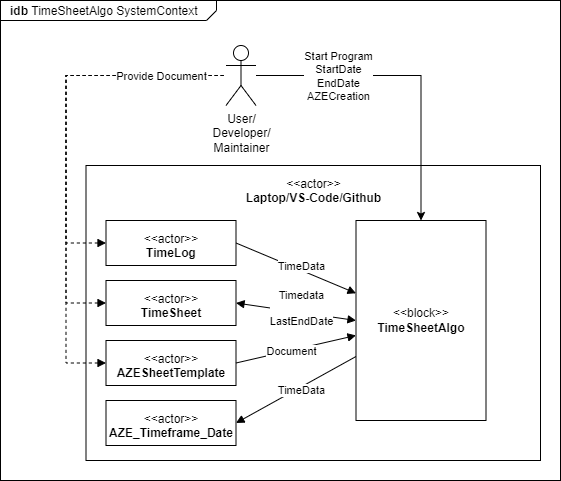
The draw.io diagram 00_doc/Architecture_Models-01_Analysis_ibd.drawio.png in DedeHa/TimeSheet, before a commit. Source tidied: cells renumbered, new cells last; positions are measured from the earlier drawing's top-left corner, leaving out a move shared by most shapes. Its diagram source:
```xml
<mxGraphModel>
  <root>
    <mxCell id="0" />
    <mxCell id="1" parent="0" />
    <mxCell id="2" value="&lt;p style=&quot;margin: 0px ; margin-top: 4px ; margin-left: 10px ; text-align: left&quot;&gt;&lt;b&gt;idb&lt;/b&gt;   TimeSheetAlgo SystemContext&lt;/p&gt;" style="html=1;strokeWidth=1;shape=mxgraph.sysml.package;html=1;overflow=fill;whiteSpace=wrap;labelX=216;" parent="1" vertex="1">
      <mxGeometry width="560" height="480" as="geometry" />
    </mxCell>
    <mxCell id="3" value="User/&lt;br&gt;Developer/&lt;br&gt;Maintainer" style="shape=umlActor;html=1;verticalLabelPosition=bottom;verticalAlign=top;align=center;" parent="1" vertex="1">
      <mxGeometry x="225.5" y="45" width="30" height="60" as="geometry" />
    </mxCell>
    <mxCell id="4" value="&lt;p&gt;&amp;lt;&amp;lt;actor&amp;gt;&amp;gt;&lt;br&gt;&lt;b&gt;Laptop/VS-Code/Github&lt;/b&gt;&lt;/p&gt;" style="shape=rect;html=1;overflow=fill;whiteSpace=wrap;align=center;" parent="1" vertex="1">
      <mxGeometry x="85.5" y="165" width="454.5" height="295" as="geometry" />
    </mxCell>
    <mxCell id="5" value="&lt;p&gt;&amp;lt;&amp;lt;actor&amp;gt;&amp;gt;&lt;br&gt;&lt;b&gt;TimeSheet&lt;/b&gt;&lt;/p&gt;" style="shape=rect;html=1;overflow=fill;whiteSpace=wrap;align=center;" parent="1" vertex="1">
      <mxGeometry x="105.5" y="280" width="130" height="45" as="geometry" />
    </mxCell>
    <mxCell id="6" value="&lt;p&gt;&amp;lt;&amp;lt;actor&amp;gt;&amp;gt;&lt;br&gt;&lt;b&gt;AZESheetTemplate&lt;/b&gt;&lt;/p&gt;" style="shape=rect;html=1;overflow=fill;whiteSpace=wrap;align=center;" parent="1" vertex="1">
      <mxGeometry x="105.5" y="340" width="130" height="45" as="geometry" />
    </mxCell>
    <mxCell id="7" style="edgeStyle=none;rounded=0;jettySize=auto;html=1;endArrow=none;endFill=0;startArrow=block;startFill=1;entryX=1;entryY=0.5;entryDx=0;entryDy=0;" parent="1" edge="1" source="9" target="6">
      <mxGeometry relative="1" as="geometry" />
    </mxCell>
    <mxCell id="8" value="Document" style="edgeLabel;html=1;align=center;verticalAlign=middle;" parent="7" vertex="1">
      <mxGeometry x="0.19" relative="1" as="geometry">
        <mxPoint x="6" y="-1" as="offset" />
      </mxGeometry>
    </mxCell>
    <mxCell id="9" value="&lt;span style=&quot;font-weight: normal&quot;&gt;&amp;lt;&amp;lt;block&amp;gt;&amp;gt;&lt;/span&gt;&lt;br&gt;TimeSheetAlgo" style="strokeColor=inherit;fillColor=inherit;gradientColor=inherit;shape=rect;fontStyle=1;html=1;whiteSpace=wrap;align=center;" parent="1" vertex="1">
      <mxGeometry x="355.5" y="220" width="130" height="200" as="geometry" />
    </mxCell>
    <mxCell id="10" style="edgeStyle=none;rounded=0;jettySize=auto;html=1;endArrow=block;endFill=1;startArrow=block;startFill=1;exitX=1;exitY=0.5;exitDx=0;exitDy=0;entryX=0;entryY=0.5;entryDx=0;entryDy=0;" parent="1" edge="1" source="5" target="9">
      <mxGeometry relative="1" as="geometry" />
    </mxCell>
    <mxCell id="11" value="Timedata&lt;br&gt;&lt;br&gt;LastEndDate" style="edgeLabel;html=1;align=center;verticalAlign=middle;" parent="10" vertex="1">
      <mxGeometry x="-0.3" y="1" relative="1" as="geometry">
        <mxPoint x="23" as="offset" />
      </mxGeometry>
    </mxCell>
    <mxCell id="12" style="edgeStyle=none;rounded=0;jettySize=auto;html=1;endArrow=none;endFill=0;startArrow=block;startFill=1;entryX=1;entryY=0.5;entryDx=0;entryDy=0;" parent="1" edge="1" source="9" target="14">
      <mxGeometry relative="1" as="geometry" />
    </mxCell>
    <mxCell id="13" value="TimeData&lt;br&gt;" style="edgeLabel;html=1;align=center;verticalAlign=middle;" parent="12" vertex="1">
      <mxGeometry x="0.24" y="2" relative="1" as="geometry">
        <mxPoint x="20" y="2" as="offset" />
      </mxGeometry>
    </mxCell>
    <mxCell id="14" value="&lt;p&gt;&amp;lt;&amp;lt;actor&amp;gt;&amp;gt;&lt;br&gt;&lt;b&gt;TimeLog&lt;/b&gt;&lt;/p&gt;" style="shape=rect;html=1;overflow=fill;whiteSpace=wrap;align=center;" parent="1" vertex="1">
      <mxGeometry x="105.5" y="220" width="130" height="45" as="geometry" />
    </mxCell>
    <mxCell id="15" style="edgeStyle=elbowEdgeStyle;rounded=0;jettySize=auto;html=1;endArrow=none;endFill=0;startArrow=block;startFill=1;exitX=0;exitY=0.5;exitDx=0;exitDy=0;dashed=1;" parent="1" edge="1" source="14" target="3">
      <mxGeometry relative="1" as="geometry">
        <Array as="points">
          <mxPoint x="65.5" y="135" />
        </Array>
      </mxGeometry>
    </mxCell>
    <mxCell id="16" style="edgeStyle=elbowEdgeStyle;rounded=0;jettySize=auto;html=1;endArrow=none;endFill=0;startArrow=block;startFill=1;dashed=1;" parent="1" edge="1" source="5" target="3">
      <mxGeometry relative="1" as="geometry">
        <Array as="points">
          <mxPoint x="65.5" y="175" />
        </Array>
      </mxGeometry>
    </mxCell>
    <mxCell id="17" style="edgeStyle=elbowEdgeStyle;rounded=0;jettySize=auto;html=1;endArrow=none;endFill=0;startArrow=block;startFill=1;exitX=0;exitY=0.5;exitDx=0;exitDy=0;dashed=1;" parent="1" edge="1" source="6" target="3">
      <mxGeometry relative="1" as="geometry">
        <Array as="points">
          <mxPoint x="65.5" y="215" />
        </Array>
      </mxGeometry>
    </mxCell>
    <mxCell id="18" value="Provide Document" style="edgeLabel;html=1;align=center;verticalAlign=middle;" parent="17" vertex="1">
      <mxGeometry x="0.3" y="1" relative="1" as="geometry">
        <mxPoint x="96" y="-11" as="offset" />
      </mxGeometry>
    </mxCell>
    <mxCell id="19" style="edgeStyle=orthogonalEdgeStyle;rounded=0;jettySize=auto;html=1;exitX=0.5;exitY=0;exitDx=0;exitDy=0;endArrow=none;endFill=0;startArrow=classic;startFill=1;" parent="1" edge="1" source="9" target="3">
      <mxGeometry relative="1" as="geometry">
        <Array as="points">
          <mxPoint x="420.5" y="75" />
        </Array>
      </mxGeometry>
    </mxCell>
    <mxCell id="20" value="Start Program&lt;br&gt;StartDate&lt;br&gt;EndDate&lt;br&gt;AZECreation" style="edgeLabel;html=1;align=center;verticalAlign=middle;" parent="19" vertex="1">
      <mxGeometry x="0.05" y="45" relative="1" as="geometry">
        <mxPoint x="-65" y="-45" as="offset" />
      </mxGeometry>
    </mxCell>
    <mxCell id="21" value="&lt;p&gt;&amp;lt;&amp;lt;actor&amp;gt;&amp;gt;&lt;br&gt;&lt;b&gt;AZE_Timeframe_Date&lt;/b&gt;&lt;/p&gt;" style="shape=rect;html=1;overflow=fill;whiteSpace=wrap;align=center;" parent="1" vertex="1">
      <mxGeometry x="105.5" y="400" width="130" height="45" as="geometry" />
    </mxCell>
    <mxCell id="22" style="edgeStyle=none;rounded=0;jettySize=auto;html=1;endArrow=none;endFill=0;startArrow=block;startFill=1;exitX=1;exitY=0.5;exitDx=0;exitDy=0;" parent="1" edge="1" source="21" target="9">
      <mxGeometry relative="1" as="geometry" />
    </mxCell>
    <mxCell id="23" value="TimeData" style="edgeLabel;html=1;align=center;verticalAlign=middle;" parent="22" vertex="1">
      <mxGeometry x="0.19" relative="1" as="geometry">
        <mxPoint x="-7" y="7" as="offset" />
      </mxGeometry>
    </mxCell>
  </root>
</mxGraphModel>
```
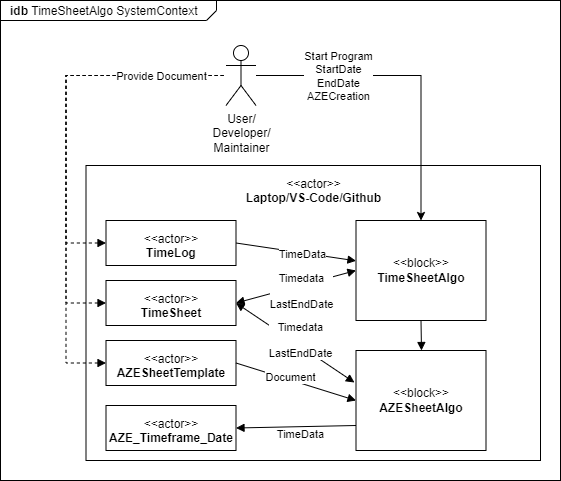
Later version of the same file.

Commit message:
HOME-82 INF_D|IBD Update

Diff of the diagram source:
```diff
@@ -17,7 +17,7 @@
     <mxCell id="6" value="&lt;p&gt;&amp;lt;&amp;lt;actor&amp;gt;&amp;gt;&lt;br&gt;&lt;b&gt;AZESheetTemplate&lt;/b&gt;&lt;/p&gt;" style="shape=rect;html=1;overflow=fill;whiteSpace=wrap;align=center;" parent="1" vertex="1">
       <mxGeometry x="105.5" y="340" width="130" height="45" as="geometry" />
     </mxCell>
-    <mxCell id="7" style="edgeStyle=none;rounded=0;jettySize=auto;html=1;endArrow=none;endFill=0;startArrow=block;startFill=1;entryX=1;entryY=0.5;entryDx=0;entryDy=0;" parent="1" edge="1" source="9" target="6">
+    <mxCell id="7" style="edgeStyle=none;rounded=0;jettySize=auto;html=1;endArrow=none;endFill=0;startArrow=block;startFill=1;entryX=1;entryY=0.5;entryDx=0;entryDy=0;exitX=0;exitY=0.5;exitDx=0;exitDy=0;" parent="1" edge="1" source="24" target="6">
       <mxGeometry relative="1" as="geometry" />
     </mxCell>
     <mxCell id="8" value="Document" style="edgeLabel;html=1;align=center;verticalAlign=middle;" parent="7" vertex="1">
@@ -26,7 +26,7 @@
       </mxGeometry>
     </mxCell>
     <mxCell id="9" value="&lt;span style=&quot;font-weight: normal&quot;&gt;&amp;lt;&amp;lt;block&amp;gt;&amp;gt;&lt;/span&gt;&lt;br&gt;TimeSheetAlgo" style="strokeColor=inherit;fillColor=inherit;gradientColor=inherit;shape=rect;fontStyle=1;html=1;whiteSpace=wrap;align=center;" parent="1" vertex="1">
-      <mxGeometry x="355.5" y="220" width="130" height="200" as="geometry" />
+      <mxGeometry x="355.5" y="220" width="130" height="100" as="geometry" />
     </mxCell>
     <mxCell id="10" style="edgeStyle=none;rounded=0;jettySize=auto;html=1;endArrow=block;endFill=1;startArrow=block;startFill=1;exitX=1;exitY=0.5;exitDx=0;exitDy=0;entryX=0;entryY=0.5;entryDx=0;entryDy=0;" parent="1" edge="1" source="5" target="9">
       <mxGeometry relative="1" as="geometry" />
@@ -86,9 +86,9 @@
       </mxGeometry>
     </mxCell>
     <mxCell id="21" value="&lt;p&gt;&amp;lt;&amp;lt;actor&amp;gt;&amp;gt;&lt;br&gt;&lt;b&gt;AZE_Timeframe_Date&lt;/b&gt;&lt;/p&gt;" style="shape=rect;html=1;overflow=fill;whiteSpace=wrap;align=center;" parent="1" vertex="1">
-      <mxGeometry x="105.5" y="400" width="130" height="45" as="geometry" />
+      <mxGeometry x="105.5" y="405" width="130" height="45" as="geometry" />
     </mxCell>
-    <mxCell id="22" style="edgeStyle=none;rounded=0;jettySize=auto;html=1;endArrow=none;endFill=0;startArrow=block;startFill=1;exitX=1;exitY=0.5;exitDx=0;exitDy=0;" parent="1" edge="1" source="21" target="9">
+    <mxCell id="22" style="edgeStyle=none;rounded=0;jettySize=auto;html=1;endArrow=none;endFill=0;startArrow=block;startFill=1;exitX=1;exitY=0.5;exitDx=0;exitDy=0;entryX=0;entryY=0.75;entryDx=0;entryDy=0;" parent="1" edge="1" source="21" target="24">
       <mxGeometry relative="1" as="geometry" />
     </mxCell>
     <mxCell id="23" value="TimeData" style="edgeLabel;html=1;align=center;verticalAlign=middle;" parent="22" vertex="1">
@@ -96,5 +96,21 @@
         <mxPoint x="-7" y="7" as="offset" />
       </mxGeometry>
     </mxCell>
+    <mxCell id="24" value="&lt;span style=&quot;font-weight: normal&quot;&gt;&amp;lt;&amp;lt;block&amp;gt;&amp;gt;&lt;/span&gt;&lt;br&gt;AZESheetAlgo" style="strokeColor=inherit;fillColor=inherit;gradientColor=inherit;shape=rect;fontStyle=1;html=1;whiteSpace=wrap;align=center;" parent="1" vertex="1">
+      <mxGeometry x="355.5" y="350" width="130" height="100" as="geometry" />
+    </mxCell>
+    <mxCell id="25" style="edgeStyle=none;rounded=0;jettySize=auto;html=1;endArrow=none;endFill=0;startArrow=block;startFill=1;entryX=0.5;entryY=1;entryDx=0;entryDy=0;" parent="1" edge="1" target="9">
+      <mxGeometry relative="1" as="geometry">
+        <mxPoint x="421" y="350" as="sourcePoint" />
+      </mxGeometry>
+    </mxCell>
+    <mxCell id="26" style="edgeStyle=none;rounded=0;jettySize=auto;html=1;endArrow=block;endFill=1;startArrow=block;startFill=1;exitX=-0.012;exitY=0.32;exitDx=0;exitDy=0;entryX=1;entryY=0.5;entryDx=0;entryDy=0;exitPerimeter=0;" parent="1" edge="1" source="24" target="5">
+      <mxGeometry relative="1" as="geometry" />
+    </mxCell>
+    <mxCell id="27" value="Timedata&lt;br&gt;&lt;br&gt;LastEndDate" style="edgeLabel;html=1;align=center;verticalAlign=middle;" parent="26" vertex="1">
+      <mxGeometry x="-0.3" y="1" relative="1" as="geometry">
+        <mxPoint x="-12" y="-15" as="offset" />
+      </mxGeometry>
+    </mxCell>
   </root>
 </mxGraphModel>
```
